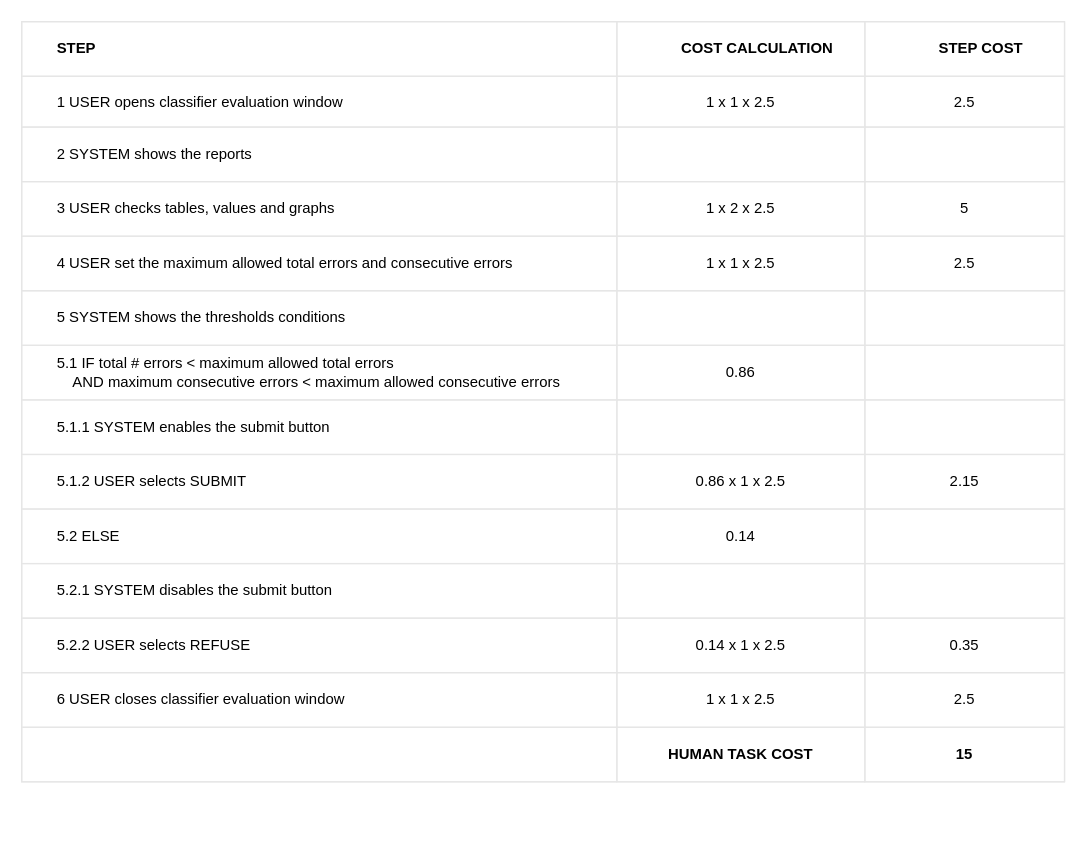
The draw.io diagram evaluate classifier/EVALUATE_CLASSIFIER_TABLE.drawio in BaffoBello14/AutomaticDamagesRecognition, before the edit. Source tidied: cells renumbered, new cells numbered last; positions are measured from the earlier drawing's top-left corner, leaving out a move shared by most shapes. Both pictures are drawn from the tidied source at 124%, with x=0, y=0 at pixel (21, 21).
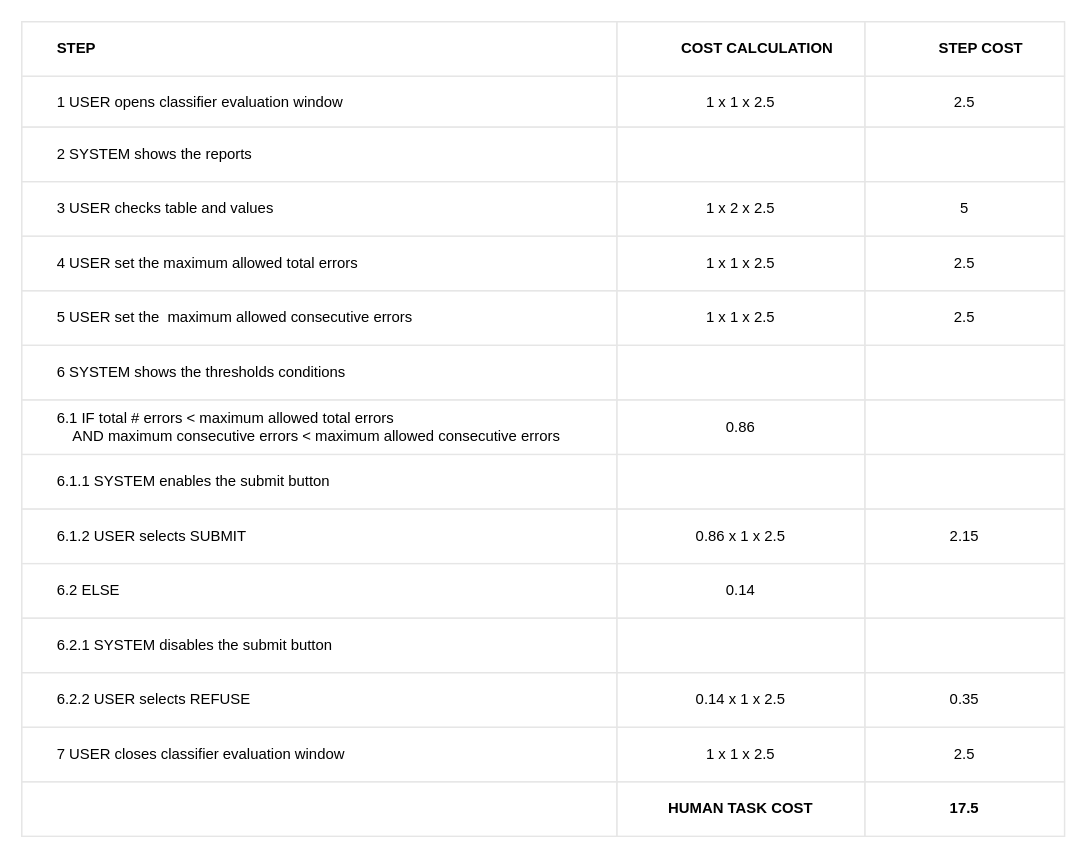
Above is the later version.

Unchanged cells that the change refers to:
```xml
<mxCell id="15" style="shape=tableRow;horizontal=0;startSize=0;swimlaneHead=0;swimlaneBody=0;top=0;left=0;bottom=0;right=0;fontStyle=0;fillColor=none;strokeColor=inherit;align=center;" parent="2" vertex="1">
  <mxGeometry y="129" width="841" height="44" as="geometry" />
</mxCell>
<mxCell id="19" style="shape=tableRow;horizontal=0;startSize=0;swimlaneHead=0;swimlaneBody=0;top=0;left=0;bottom=0;right=0;fontStyle=0;fillColor=none;strokeColor=inherit;align=center;" parent="2" vertex="1">
  <mxGeometry y="173" width="841" height="44" as="geometry" />
</mxCell>
```

What changed in the source:
```diff
@@
     <mxCell id="2" style="childLayout=tableLayout;shadow=0;strokeColor=#E6E6E6;align=center;" parent="1" vertex="1">
-      <mxGeometry width="841" height="613" as="geometry" />
+      <mxGeometry width="841" height="657" as="geometry" />
     </mxCell>
@@
-    <mxCell id="16" value="&lt;div style=&quot;&quot;&gt;&lt;span style=&quot;background-color: initial;&quot;&gt;&lt;span style=&quot;white-space: pre;&quot;&gt;&#9;&lt;/span&gt;3 USER checks tables, values and graphs&lt;/span&gt;&lt;/div&gt;" style="strokeColor=inherit;fillColor=none;align=left;whiteSpace=wrap;html=1;labelPosition=center;verticalLabelPosition=middle;verticalAlign=middle;" parent="15" vertex="1">
+    <mxCell id="16" value="&lt;div style=&quot;&quot;&gt;&lt;span style=&quot;background-color: initial;&quot;&gt;&lt;span style=&quot;white-space: pre;&quot;&gt;&#9;&lt;/span&gt;3 USER checks table and values&lt;/span&gt;&lt;/div&gt;" style="strokeColor=inherit;fillColor=none;align=left;whiteSpace=wrap;html=1;labelPosition=center;verticalLabelPosition=middle;verticalAlign=middle;" parent="15" vertex="1">
       <mxGeometry width="480" height="44" as="geometry" />
     </mxCell>
@@
-    <mxCell id="20" value="&lt;span style=&quot;white-space: pre;&quot;&gt;&#9;&lt;/span&gt;4 USER set the maximum allowed t&lt;span style=&quot;border-color: var(--border-color); background-color: initial;&quot;&gt;otal errors and&amp;nbsp;&lt;/span&gt;consecutive&amp;nbsp;errors" style="strokeColor=inherit;fillColor=none;align=left;whiteSpace=wrap;html=1;labelPosition=center;verticalLabelPosition=middle;verticalAlign=middle;" parent="19" vertex="1">
+    <mxCell id="20" value="&lt;span style=&quot;white-space: pre;&quot;&gt;&#9;&lt;/span&gt;4 USER set the maximum allowed t&lt;span style=&quot;border-color: var(--border-color); background-color: initial;&quot;&gt;otal errors&lt;/span&gt;" style="strokeColor=inherit;fillColor=none;align=left;whiteSpace=wrap;html=1;labelPosition=center;verticalLabelPosition=middle;verticalAlign=middle;" parent="19" vertex="1">
       <mxGeometry width="480" height="44" as="geometry" />
     </mxCell>
@@
+    <mxCell id="59" style="shape=tableRow;horizontal=0;startSize=0;swimlaneHead=0;swimlaneBody=0;top=0;left=0;bottom=0;right=0;fontStyle=0;fillColor=none;strokeColor=inherit;align=center;" parent="2" vertex="1">
+      <mxGeometry y="217" width="841" height="44" as="geometry" />
+    </mxCell>
+    <mxCell id="60" value="&lt;span style=&quot;white-space: pre;&quot;&gt;&#9;&lt;/span&gt;5 USER set the&amp;nbsp;&amp;nbsp;maximum allowed&amp;nbsp;consecutive&amp;nbsp;errors&amp;nbsp;" style="strokeColor=inherit;fillColor=none;align=left;whiteSpace=wrap;html=1;labelPosition=center;verticalLabelPosition=middle;verticalAlign=middle;" parent="59" vertex="1">
+      <mxGeometry width="480" height="44" as="geometry" />
+    </mxCell>
+    <mxCell id="61" value="1 x 1 x 2.5" style="strokeColor=inherit;fillColor=none;align=center;whiteSpace=wrap;html=1;" parent="59" vertex="1">
+      <mxGeometry x="480" width="200" height="44" as="geometry" />
+    </mxCell>
+    <mxCell id="62" value="2.5" style="strokeColor=inherit;fillColor=none;align=center;whiteSpace=wrap;html=1;" parent="59" vertex="1">
+      <mxGeometry x="680" width="161" height="44" as="geometry" />
+    </mxCell>
     <mxCell id="23" style="shape=tableRow;horizontal=0;startSize=0;swimlaneHead=0;swimlaneBody=0;top=0;left=0;bottom=0;right=0;fontStyle=0;fillColor=none;strokeColor=inherit;align=center;" parent="2" vertex="1">
-      <mxGeometry y="217" width="841" height="44" as="geometry" />
+      <mxGeometry y="261" width="841" height="44" as="geometry" />
     </mxCell>
-    <mxCell id="24" value="&lt;span style=&quot;white-space: pre;&quot;&gt;&#9;&lt;/span&gt;5 SYSTEM shows the thresholds conditions" style="strokeColor=inherit;fillColor=none;align=left;whiteSpace=wrap;html=1;labelPosition=center;verticalLabelPosition=middle;verticalAlign=middle;" parent="23" vertex="1">
+    <mxCell id="24" value="&lt;span style=&quot;white-space: pre;&quot;&gt;&#9;&lt;/span&gt;6&amp;nbsp;SYSTEM shows the thresholds conditions" style="strokeColor=inherit;fillColor=none;align=left;whiteSpace=wrap;html=1;labelPosition=center;verticalLabelPosition=middle;verticalAlign=middle;" parent="23" vertex="1">
       <mxGeometry width="480" height="44" as="geometry" />
     </mxCell>
@@
     <mxCell id="27" style="shape=tableRow;horizontal=0;startSize=0;swimlaneHead=0;swimlaneBody=0;top=0;left=0;bottom=0;right=0;fontStyle=0;fillColor=none;strokeColor=inherit;align=center;" parent="2" vertex="1">
-      <mxGeometry y="261" width="841" height="44" as="geometry" />
+      <mxGeometry y="305" width="841" height="44" as="geometry" />
     </mxCell>
-    <mxCell id="28" value="&lt;span style=&quot;white-space: pre;&quot;&gt;&#9;&lt;/span&gt;5.1&amp;nbsp;IF total # errors &amp;lt; maximum allowed total errors &lt;br&gt;&lt;span style=&quot;white-space: pre;&quot;&gt;&#9;&lt;/span&gt;&amp;nbsp; &amp;nbsp; AND maximum consecutive errors&amp;nbsp;&amp;lt; maximum allowed consecutive errors" style="strokeColor=inherit;fillColor=none;align=left;whiteSpace=wrap;html=1;labelPosition=center;verticalLabelPosition=middle;verticalAlign=middle;" parent="27" vertex="1">
+    <mxCell id="28" value="&lt;span style=&quot;white-space: pre;&quot;&gt;&#9;&lt;/span&gt;6.1&amp;nbsp;IF total # errors &amp;lt; maximum allowed total errors &lt;br&gt;&lt;span style=&quot;white-space: pre;&quot;&gt;&#9;&lt;/span&gt;&amp;nbsp; &amp;nbsp; AND maximum consecutive errors&amp;nbsp;&amp;lt; maximum allowed consecutive errors" style="strokeColor=inherit;fillColor=none;align=left;whiteSpace=wrap;html=1;labelPosition=center;verticalLabelPosition=middle;verticalAlign=middle;" parent="27" vertex="1">
       <mxGeometry width="480" height="44" as="geometry" />
     </mxCell>
@@
     <mxCell id="31" style="shape=tableRow;horizontal=0;startSize=0;swimlaneHead=0;swimlaneBody=0;top=0;left=0;bottom=0;right=0;fontStyle=0;fillColor=none;strokeColor=inherit;align=center;" parent="2" vertex="1">
-      <mxGeometry y="305" width="841" height="44" as="geometry" />
+      <mxGeometry y="349" width="841" height="44" as="geometry" />
     </mxCell>
-    <mxCell id="32" value="&lt;span style=&quot;white-space: pre;&quot;&gt;&#9;&lt;/span&gt;5.1.1 SYSTEM enables the submit button" style="strokeColor=inherit;fillColor=none;align=left;whiteSpace=wrap;html=1;labelPosition=center;verticalLabelPosition=middle;verticalAlign=middle;" parent="31" vertex="1">
+    <mxCell id="32" value="&lt;span style=&quot;white-space: pre;&quot;&gt;&#9;&lt;/span&gt;6.1.1 SYSTEM enables the submit button" style="strokeColor=inherit;fillColor=none;align=left;whiteSpace=wrap;html=1;labelPosition=center;verticalLabelPosition=middle;verticalAlign=middle;" parent="31" vertex="1">
       <mxGeometry width="480" height="44" as="geometry" />
     </mxCell>
@@
     <mxCell id="35" style="shape=tableRow;horizontal=0;startSize=0;swimlaneHead=0;swimlaneBody=0;top=0;left=0;bottom=0;right=0;fontStyle=0;fillColor=none;strokeColor=inherit;align=center;" parent="2" vertex="1">
-      <mxGeometry y="349" width="841" height="44" as="geometry" />
+      <mxGeometry y="393" width="841" height="44" as="geometry" />
     </mxCell>
-    <mxCell id="36" value="&lt;span style=&quot;white-space: pre;&quot;&gt;&#9;&lt;/span&gt;5.1.2 USER selects SUBMIT" style="strokeColor=inherit;fillColor=none;align=left;whiteSpace=wrap;html=1;labelPosition=center;verticalLabelPosition=middle;verticalAlign=middle;" parent="35" vertex="1">
+    <mxCell id="36" value="&lt;span style=&quot;white-space: pre;&quot;&gt;&#9;&lt;/span&gt;6.1.2 USER selects SUBMIT" style="strokeColor=inherit;fillColor=none;align=left;whiteSpace=wrap;html=1;labelPosition=center;verticalLabelPosition=middle;verticalAlign=middle;" parent="35" vertex="1">
       <mxGeometry width="480" height="44" as="geometry" />
     </mxCell>
@@
     <mxCell id="39" style="shape=tableRow;horizontal=0;startSize=0;swimlaneHead=0;swimlaneBody=0;top=0;left=0;bottom=0;right=0;fontStyle=0;fillColor=none;strokeColor=inherit;align=center;" parent="2" vertex="1">
-      <mxGeometry y="393" width="841" height="44" as="geometry" />
+      <mxGeometry y="437" width="841" height="44" as="geometry" />
     </mxCell>
-    <mxCell id="40" value="&lt;span style=&quot;white-space: pre;&quot;&gt;&#9;&lt;/span&gt;5.2 ELSE" style="strokeColor=inherit;fillColor=none;align=left;whiteSpace=wrap;html=1;labelPosition=center;verticalLabelPosition=middle;verticalAlign=middle;" parent="39" vertex="1">
+    <mxCell id="40" value="&lt;span style=&quot;white-space: pre;&quot;&gt;&#9;&lt;/span&gt;6.2 ELSE" style="strokeColor=inherit;fillColor=none;align=left;whiteSpace=wrap;html=1;labelPosition=center;verticalLabelPosition=middle;verticalAlign=middle;" parent="39" vertex="1">
       <mxGeometry width="480" height="44" as="geometry" />
     </mxCell>
@@
     <mxCell id="43" style="shape=tableRow;horizontal=0;startSize=0;swimlaneHead=0;swimlaneBody=0;top=0;left=0;bottom=0;right=0;fontStyle=0;fillColor=none;strokeColor=inherit;align=center;" parent="2" vertex="1">
-      <mxGeometry y="437" width="841" height="44" as="geometry" />
+      <mxGeometry y="481" width="841" height="44" as="geometry" />
     </mxCell>
-    <mxCell id="44" value="&lt;span style=&quot;white-space: pre;&quot;&gt;&#9;&lt;/span&gt;5.2.1 SYSTEM disables the submit button" style="strokeColor=inherit;fillColor=none;align=left;whiteSpace=wrap;html=1;labelPosition=center;verticalLabelPosition=middle;verticalAlign=middle;" parent="43" vertex="1">
+    <mxCell id="44" value="&lt;span style=&quot;white-space: pre;&quot;&gt;&#9;&lt;/span&gt;6.2.1 SYSTEM disables the submit button" style="strokeColor=inherit;fillColor=none;align=left;whiteSpace=wrap;html=1;labelPosition=center;verticalLabelPosition=middle;verticalAlign=middle;" parent="43" vertex="1">
       <mxGeometry width="480" height="44" as="geometry" />
     </mxCell>
@@
     <mxCell id="47" style="shape=tableRow;horizontal=0;startSize=0;swimlaneHead=0;swimlaneBody=0;top=0;left=0;bottom=0;right=0;fontStyle=0;fillColor=none;strokeColor=inherit;align=center;" parent="2" vertex="1">
-      <mxGeometry y="481" width="841" height="44" as="geometry" />
+      <mxGeometry y="525" width="841" height="44" as="geometry" />
     </mxCell>
-    <mxCell id="48" value="&#9;&lt;span style=&quot;white-space: pre;&quot;&gt;&#9;&lt;/span&gt;5.2.2 USER selects REFUSE" style="strokeColor=inherit;fillColor=none;align=left;whiteSpace=wrap;html=1;labelPosition=center;verticalLabelPosition=middle;verticalAlign=middle;" parent="47" vertex="1">
+    <mxCell id="48" value="&#9;&lt;span style=&quot;white-space: pre;&quot;&gt;&#9;&lt;/span&gt;6.2.2 USER selects REFUSE" style="strokeColor=inherit;fillColor=none;align=left;whiteSpace=wrap;html=1;labelPosition=center;verticalLabelPosition=middle;verticalAlign=middle;" parent="47" vertex="1">
       <mxGeometry width="480" height="44" as="geometry" />
     </mxCell>
@@
     <mxCell id="51" style="shape=tableRow;horizontal=0;startSize=0;swimlaneHead=0;swimlaneBody=0;top=0;left=0;bottom=0;right=0;fontStyle=0;fillColor=none;strokeColor=inherit;align=center;" parent="2" vertex="1">
-      <mxGeometry y="525" width="841" height="44" as="geometry" />
+      <mxGeometry y="569" width="841" height="44" as="geometry" />
     </mxCell>
-    <mxCell id="52" value="&lt;span style=&quot;white-space: pre;&quot;&gt;&#9;&lt;/span&gt;6&amp;nbsp;USER closes classifier evaluation window&amp;nbsp;" style="strokeColor=inherit;fillColor=none;align=left;whiteSpace=wrap;html=1;labelPosition=center;verticalLabelPosition=middle;verticalAlign=middle;" parent="51" vertex="1">
+    <mxCell id="52" value="&lt;span style=&quot;white-space: pre;&quot;&gt;&#9;&lt;/span&gt;7&amp;nbsp;USER closes classifier evaluation window&amp;nbsp;" style="strokeColor=inherit;fillColor=none;align=left;whiteSpace=wrap;html=1;labelPosition=center;verticalLabelPosition=middle;verticalAlign=middle;" parent="51" vertex="1">
       <mxGeometry width="480" height="44" as="geometry" />
     </mxCell>
@@
     <mxCell id="55" style="shape=tableRow;horizontal=0;startSize=0;swimlaneHead=0;swimlaneBody=0;top=0;left=0;bottom=0;right=0;fontStyle=0;fillColor=none;strokeColor=inherit;align=center;" parent="2" vertex="1">
-      <mxGeometry y="569" width="841" height="44" as="geometry" />
+      <mxGeometry y="613" width="841" height="44" as="geometry" />
     </mxCell>
@@
-    <mxCell id="58" value="15" style="strokeColor=inherit;fillColor=none;align=center;whiteSpace=wrap;html=1;fontStyle=1;" parent="55" vertex="1">
+    <mxCell id="58" value="17.5" style="strokeColor=inherit;fillColor=none;align=center;whiteSpace=wrap;html=1;fontStyle=1;" parent="55" vertex="1">
       <mxGeometry x="680" width="161" height="44" as="geometry" />
     </mxCell>
```
